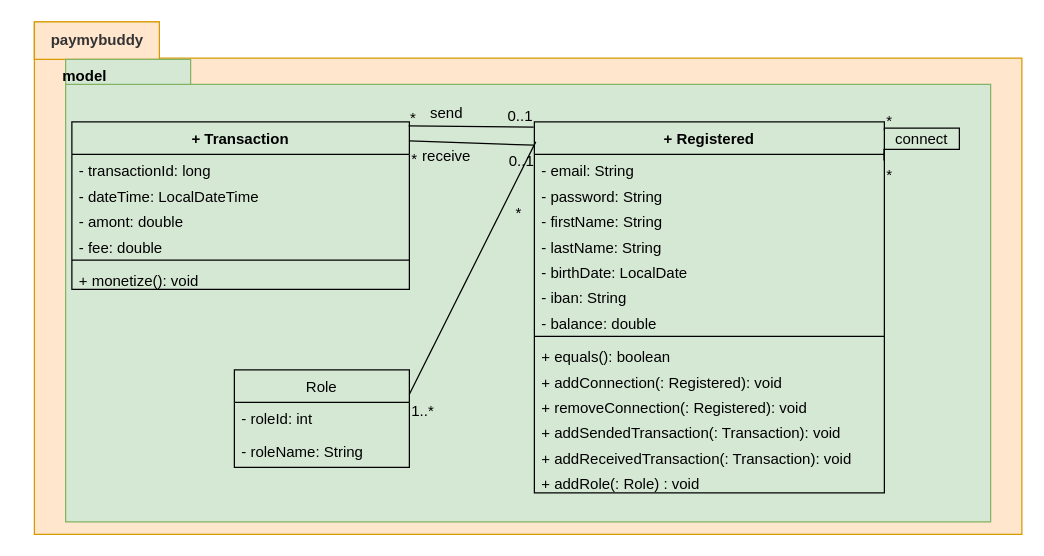
emmo78/com.paymybuddy.paymybuddy keeps this draw.io diagram as page "Model classes" (2 of 3) of UML/payMyBuddyUML.drawio. Above is the earlier version. Source tidied: cells renumbered, new cells numbered last; positions are measured from the earlier drawing's top-left corner, leaving out a move shared by most shapes. Both pictures are drawn from the tidied source at 125%, with x=0, y=0 at pixel (21, 21).
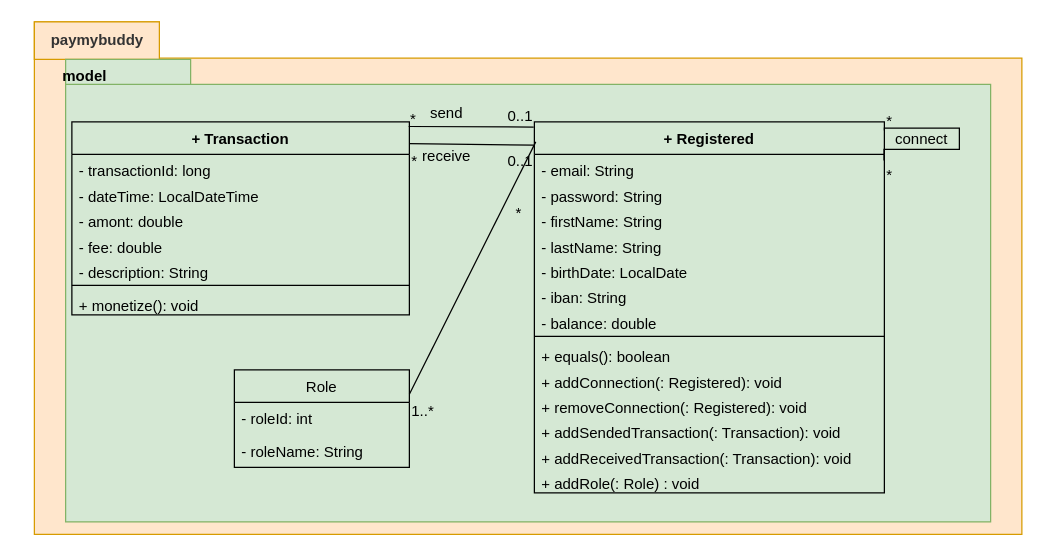
After the change.

What changed in the source:
```diff
@@
     <mxCell id="21" value="+ Transaction" style="swimlane;fontStyle=1;align=center;verticalAlign=top;horizontal=1;startSize=26;fillColor=#d5e8d4;strokeColor=#000000;" parent="1" vertex="1">
-      <mxGeometry x="40" y="80" width="270" height="134" as="geometry" />
+      <mxGeometry x="40" y="80" width="270" height="154.3" as="geometry" />
     </mxCell>
@@
+    <mxCell id="46" value="- description: String" style="text;strokeColor=none;fillColor=none;align=left;verticalAlign=top;spacingLeft=4;spacingRight=4;overflow=hidden;" parent="21" vertex="1">
+      <mxGeometry y="107.4" width="270" height="20.3" as="geometry" />
+    </mxCell>
     <mxCell id="26" style="line;strokeWidth=1;fillColor=none;align=left;verticalAlign=middle;spacingTop=-1;spacingLeft=3;spacingRight=3;labelPosition=right;" parent="21" vertex="1">
-      <mxGeometry y="107.4" width="270" height="6.3" as="geometry" />
+      <mxGeometry y="127.7" width="270" height="6.3" as="geometry" />
     </mxCell>
     <mxCell id="27" value="+ monetize(): void" style="text;strokeColor=none;fillColor=none;align=left;verticalAlign=top;spacingLeft=4;spacingRight=4;overflow=hidden;" parent="21" vertex="1">
-      <mxGeometry y="113.6" width="270" height="20.3" as="geometry" />
+      <mxGeometry y="134" width="270" height="20.3" as="geometry" />
     </mxCell>
```
